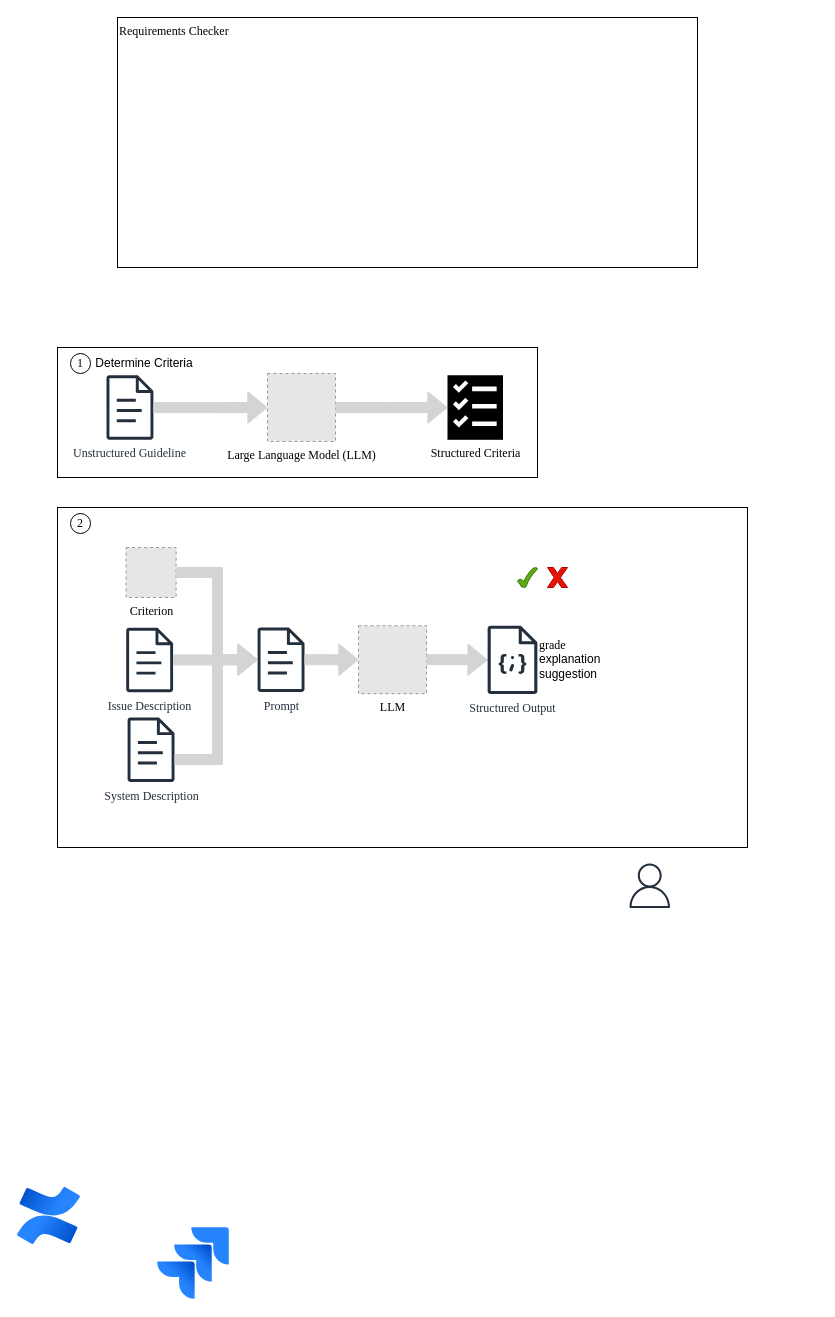
TizianDippold/llm-ticket-checker keeps this draw.io diagram as Untitled Diagram.drawio. Above is the earlier version. Source tidied: cells renumbered, new cells numbered last; positions are measured from the earlier drawing's top-left corner, leaving out a move shared by most shapes. Both pictures are drawn from the tidied source at 100%, with x=0, y=0 at pixel (17, 17). Pictures stored in the file or linked from it are replaced by grey dashed boxes.
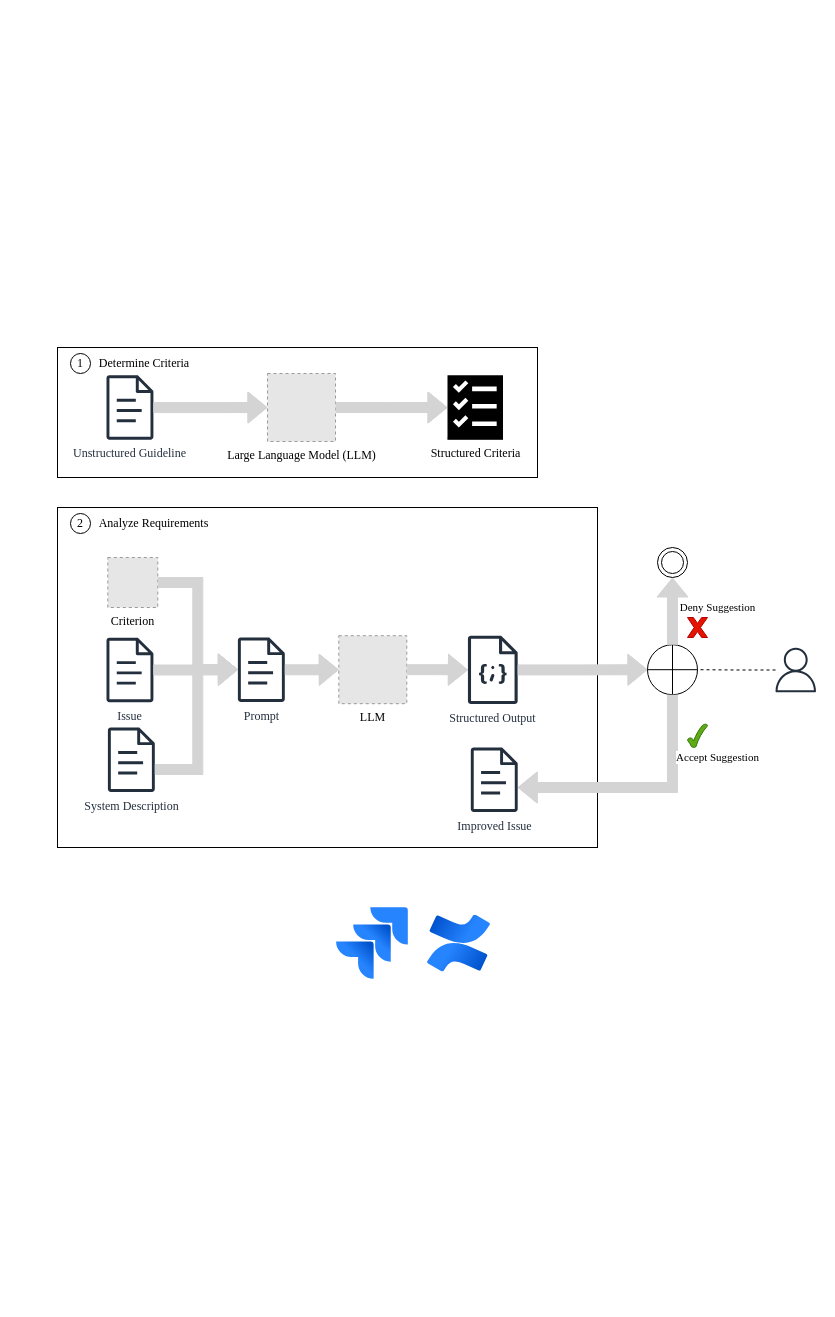
The same diagram, later.

The edit, as a diff of the source:
```diff
@@
-    <mxCell id="3" value="Requirements Checker" style="rounded=0;whiteSpace=wrap;html=1;align=left;verticalAlign=top;fontFamily=Times New Roman;" parent="1" vertex="1">
-      <mxGeometry x="100" width="580" height="250" as="geometry" />
-    </mxCell>
     <mxCell id="4" style="image;html=1;image=img/lib/atlassian/Confluence_Logo.svg;fontFamily=Times New Roman;" parent="1" vertex="1">
-      <mxGeometry y="1170" width="63" height="57" as="geometry" />
+      <mxGeometry x="410" y="897.5" width="63" height="57" as="geometry" />
     </mxCell>
-    <mxCell id="5" style="image;html=1;image=img/lib/atlassian/Jira_Logo.svg;fontFamily=Times New Roman;" parent="1" vertex="1">
-      <mxGeometry x="140" y="1210" width="72" height="72" as="geometry" />
-    </mxCell>
@@
     <mxCell id="10" style="rounded=0;whiteSpace=wrap;html=1;fontFamily=Times New Roman;" parent="1" vertex="1">
-      <mxGeometry x="40" y="490" width="690" height="340" as="geometry" />
+      <mxGeometry x="40" y="490" width="540" height="340" as="geometry" />
     </mxCell>
     <mxCell id="11" value="LLM" style="fillColor=#E6E6E6;strokeColor=#999999;dashed=1;html=1;verticalAlign=top;verticalLabelPosition=bottom;labelBackgroundColor=#ffffff;fontFamily=Times New Roman;" parent="1" vertex="1">
-      <mxGeometry x="341" y="608.2" width="68" height="68" as="geometry" />
+      <mxGeometry x="321.3" y="618.2" width="68" height="68" as="geometry" />
     </mxCell>
@@
     <mxCell id="13" value="Criterion" style="fillColor=#E6E6E6;strokeColor=#999999;dashed=1;html=1;verticalAlign=top;verticalLabelPosition=bottom;labelBackgroundColor=#ffffff;fontFamily=Times New Roman;" parent="1" vertex="1">
-      <mxGeometry x="108.6" y="530" width="50" height="50" as="geometry" />
+      <mxGeometry x="90.3" y="540" width="50" height="50" as="geometry" />
     </mxCell>
@@
-    <mxCell id="16" value="Issue Description" style="sketch=0;outlineConnect=0;fontColor=#232F3E;gradientColor=none;fillColor=#232F3D;strokeColor=none;dashed=0;verticalLabelPosition=bottom;verticalAlign=top;align=center;html=1;fontSize=12;fontStyle=0;shape=mxgraph.aws4.document;fontFamily=Times New Roman;" parent="1" vertex="1">
-      <mxGeometry x="108.6" y="610.2" width="47.1" height="64.5" as="geometry" />
+    <mxCell id="16" value="Issue" style="sketch=0;outlineConnect=0;fontColor=#232F3E;gradientColor=none;fillColor=#232F3D;strokeColor=none;dashed=0;verticalLabelPosition=bottom;verticalAlign=top;align=center;html=1;fontSize=12;fontStyle=0;shape=mxgraph.aws4.document;fontFamily=Times New Roman;" parent="1" vertex="1">
+      <mxGeometry x="88.9" y="620.2" width="47.1" height="64.5" as="geometry" />
     </mxCell>
     <mxCell id="17" value="System Description" style="sketch=0;outlineConnect=0;fontColor=#232F3E;gradientColor=none;fillColor=#232F3D;strokeColor=none;dashed=0;verticalLabelPosition=bottom;verticalAlign=top;align=center;html=1;fontSize=12;fontStyle=0;shape=mxgraph.aws4.document;fontFamily=Times New Roman;" parent="1" vertex="1">
-      <mxGeometry x="110" y="700" width="47.1" height="64.5" as="geometry" />
+      <mxGeometry x="90.3" y="710" width="47.1" height="64.5" as="geometry" />
     </mxCell>
     <mxCell id="18" style="edgeStyle=orthogonalEdgeStyle;rounded=0;jettySize=auto;html=1;shape=flexArrow;fillColor=#D4D4D4;fillStyle=auto;strokeColor=#D4D4D4;fontFamily=Times New Roman;" parent="1" edge="1" source="13" target="20">
       <mxGeometry relative="1" as="geometry">
         <Array as="points">
-          <mxPoint x="200" y="555" />
-          <mxPoint x="200" y="642" />
+          <mxPoint x="180.3" y="565" />
+          <mxPoint x="180.3" y="652" />
         </Array>
       </mxGeometry>
     </mxCell>
     <mxCell id="19" style="edgeStyle=orthogonalEdgeStyle;rounded=0;jettySize=auto;html=1;shape=flexArrow;fillColor=#D4D4D4;fillStyle=auto;strokeColor=#D4D4D4;fontFamily=Times New Roman;" parent="1" edge="1" source="17" target="20">
       <mxGeometry relative="1" as="geometry">
         <Array as="points">
-          <mxPoint x="200" y="742" />
-          <mxPoint x="200" y="642" />
+          <mxPoint x="180.3" y="752" />
+          <mxPoint x="180.3" y="652" />
         </Array>
       </mxGeometry>
     </mxCell>
     <mxCell id="20" value="Prompt" style="sketch=0;outlineConnect=0;fontColor=#232F3E;gradientColor=none;fillColor=#232F3D;strokeColor=none;dashed=0;verticalLabelPosition=bottom;verticalAlign=top;align=center;html=1;fontSize=12;fontStyle=0;shape=mxgraph.aws4.document;fontFamily=Times New Roman;fillStyle=auto;shadow=0;labelBackgroundColor=none;" parent="1" vertex="1">
-      <mxGeometry x="240" y="610" width="47.1" height="64.5" as="geometry" />
+      <mxGeometry x="220.3" y="620" width="47.1" height="64.5" as="geometry" />
     </mxCell>
@@
-    <mxCell id="22" style="verticalLabelPosition=bottom;verticalAlign=top;html=1;shape=mxgraph.basic.x;fillColor=#e51400;fontColor=#ffffff;strokeColor=#B20000;fontFamily=Times New Roman;" parent="1" vertex="1">
-      <mxGeometry x="530" y="550" width="20" height="20" as="geometry" />
-    </mxCell>
-    <mxCell id="23" style="verticalLabelPosition=bottom;verticalAlign=top;html=1;shape=mxgraph.basic.tick;fillColor=#60a917;fontColor=#ffffff;strokeColor=#2D7600;fontFamily=Times New Roman;" parent="1" vertex="1">
-      <mxGeometry x="500" y="550" width="20" height="20" as="geometry" />
-    </mxCell>
@@
     <mxCell id="25" value="Structured Output" style="outlineConnect=0;fontColor=#232F3E;gradientColor=none;fillColor=#232F3D;strokeColor=none;dashed=0;verticalLabelPosition=bottom;verticalAlign=top;align=center;html=1;fontSize=12;fontStyle=0;shape=mxgraph.aws4.json_script;fontFamily=Times New Roman;shadow=0;" parent="1" vertex="1">
-      <mxGeometry x="470" y="608.2" width="50" height="68.4" as="geometry" />
+      <mxGeometry x="450.3" y="618.2" width="50" height="68.4" as="geometry" />
     </mxCell>
@@
-    <mxCell id="27" value="Determine Criteria" style="text;html=1;align=center;verticalAlign=middle;whiteSpace=wrap;rounded=0;" parent="1" vertex="1">
+    <mxCell id="27" value="&lt;font face=&quot;Times New Roman&quot;&gt;Determine Criteria&lt;/font&gt;" style="text;html=1;align=center;verticalAlign=middle;whiteSpace=wrap;rounded=0;" parent="1" vertex="1">
       <mxGeometry x="62" y="331" width="130" height="30" as="geometry" />
     </mxCell>
-    <mxCell id="28" value="&lt;font face=&quot;Times New Roman&quot;&gt;grade&lt;/font&gt;&lt;div&gt;&lt;font face=&quot;m4Ld-aXF-lWwIyuSFTrA&quot;&gt;explanation&lt;/font&gt;&lt;/div&gt;&lt;div&gt;&lt;font face=&quot;m4Ld-aXF-lWwIyuSFTrA&quot;&gt;suggestion&lt;/font&gt;&lt;/div&gt;" style="text;html=1;align=left;verticalAlign=middle;whiteSpace=wrap;rounded=0;" parent="1" vertex="1">
-      <mxGeometry x="520" y="606.4" width="70" height="71.8" as="geometry" />
-    </mxCell>
+    <mxCell id="30" style="edgeStyle=orthogonalEdgeStyle;rounded=0;jettySize=auto;html=1;entryX=1;entryY=0.5;entryDx=0;entryDy=0;dashed=1;endArrow=none;endFill=0;" parent="1" edge="1" source="29" target="32">
+      <mxGeometry relative="1" as="geometry" />
+    </mxCell>
     <mxCell id="29" style="sketch=0;outlineConnect=0;fontColor=#232F3E;gradientColor=none;fillColor=#232F3D;strokeColor=none;dashed=0;verticalLabelPosition=bottom;verticalAlign=top;align=center;html=1;fontSize=12;fontStyle=0;shape=mxgraph.aws4.user;" parent="1" vertex="1">
-      <mxGeometry x="610" y="846" width="44.5" height="44.5" as="geometry" />
+      <mxGeometry x="756" y="630.2" width="44.5" height="44.5" as="geometry" />
     </mxCell>
+    <mxCell id="31" value="&lt;font face=&quot;Times New Roman&quot;&gt;Analyze Requirements&lt;/font&gt;" style="text;html=1;align=center;verticalAlign=middle;whiteSpace=wrap;rounded=0;" parent="1" vertex="1">
+      <mxGeometry x="63" y="491" width="147" height="30" as="geometry" />
+    </mxCell>
+    <mxCell id="32" style="shape=orEllipse;perimeter=ellipsePerimeter;whiteSpace=wrap;html=1;backgroundOutline=1;" parent="1" vertex="1">
+      <mxGeometry x="630" y="627.2" width="50" height="50" as="geometry" />
+    </mxCell>
+    <mxCell id="33" style="edgeStyle=orthogonalEdgeStyle;rounded=0;jettySize=auto;html=1;shape=flexArrow;fillColor=#D4D4D4;fillStyle=auto;strokeColor=#D4D4D4;fontFamily=Times New Roman;entryX=0;entryY=0.5;entryDx=0;entryDy=0;" parent="1" edge="1" source="25" target="32">
+      <mxGeometry relative="1" as="geometry" />
+    </mxCell>
+    <mxCell id="34" value="Accept Suggestion" style="edgeStyle=orthogonalEdgeStyle;rounded=0;jettySize=auto;html=1;shape=flexArrow;fillColor=#D4D4D4;fillStyle=auto;strokeColor=#D4D4D4;fontFamily=Times New Roman;exitX=0.5;exitY=1;exitDx=0;exitDy=0;" parent="1" edge="1" source="32" target="38">
+      <mxGeometry x="-0.49" y="45" relative="1" as="geometry">
+        <Array as="points">
+          <mxPoint x="655" y="770" />
+        </Array>
+      </mxGeometry>
+    </mxCell>
+    <mxCell id="35" style="verticalLabelPosition=bottom;verticalAlign=top;html=1;shape=mxgraph.basic.tick;fillColor=#60a917;strokeColor=#2D7600;fontColor=#ffffff;" parent="1" vertex="1">
+      <mxGeometry x="670" y="706.5" width="20" height="23.5" as="geometry" />
+    </mxCell>
+    <mxCell id="36" style="verticalLabelPosition=bottom;verticalAlign=top;html=1;shape=mxgraph.basic.x;fillColor=#e51400;fontColor=#ffffff;strokeColor=#B20000;" parent="1" vertex="1">
+      <mxGeometry x="670" y="600" width="20" height="20" as="geometry" />
+    </mxCell>
+    <mxCell id="37" value="Deny Suggestion" style="edgeStyle=orthogonalEdgeStyle;rounded=0;jettySize=auto;html=1;shape=flexArrow;fillColor=#D4D4D4;fillStyle=auto;strokeColor=#D4D4D4;fontFamily=Times New Roman;exitX=0.5;exitY=0;exitDx=0;exitDy=0;entryX=0.5;entryY=1;entryDx=0;entryDy=0;" parent="1" edge="1" source="32" target="40">
+      <mxGeometry x="0.11" y="-45" relative="1" as="geometry" />
+    </mxCell>
+    <mxCell id="38" value="Improved Issue" style="sketch=0;outlineConnect=0;fontColor=#232F3E;gradientColor=none;fillColor=#232F3D;strokeColor=none;dashed=0;verticalLabelPosition=bottom;verticalAlign=top;align=center;html=1;fontSize=12;fontStyle=0;shape=mxgraph.aws4.document;fontFamily=Times New Roman;" parent="1" vertex="1">
+      <mxGeometry x="453.2" y="730" width="47.1" height="64.5" as="geometry" />
+    </mxCell>
+    <mxCell id="39" style="image;html=1;image=img/lib/atlassian/Jira_Logo.svg;" parent="1" vertex="1">
+      <mxGeometry x="319" y="890" width="72" height="72" as="geometry" />
+    </mxCell>
+    <mxCell id="40" style="ellipse;shape=doubleEllipse;whiteSpace=wrap;html=1;" parent="1" vertex="1">
+      <mxGeometry x="640" y="530" width="30" height="30" as="geometry" />
+    </mxCell>
```
